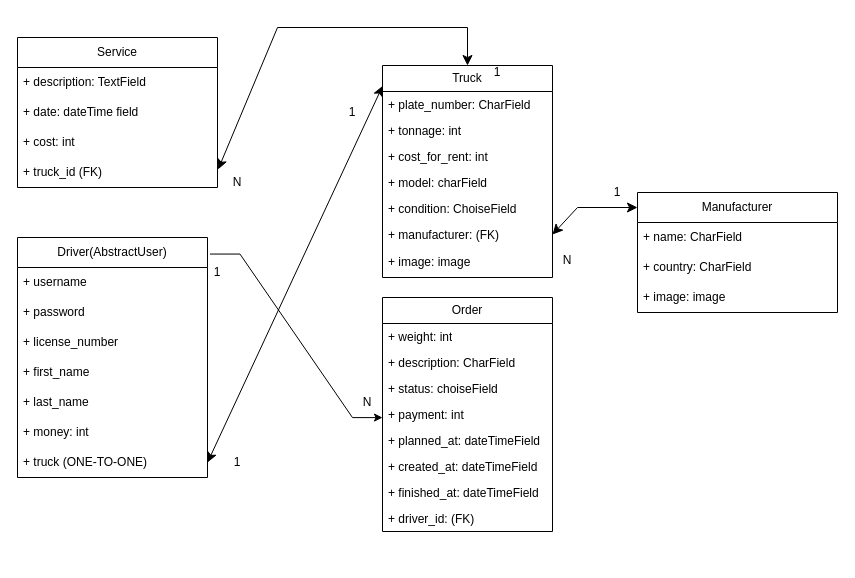
Earlier version of the draw.io diagram cargo.drawio (AngryAndrii/cargo-service). Source tidied: cells renumbered, new cells numbered last; positions are measured from the earlier drawing's top-left corner, leaving out a move shared by most shapes. Both pictures are drawn from the tidied source at 100%, with x=0, y=0 at pixel (17, 27).
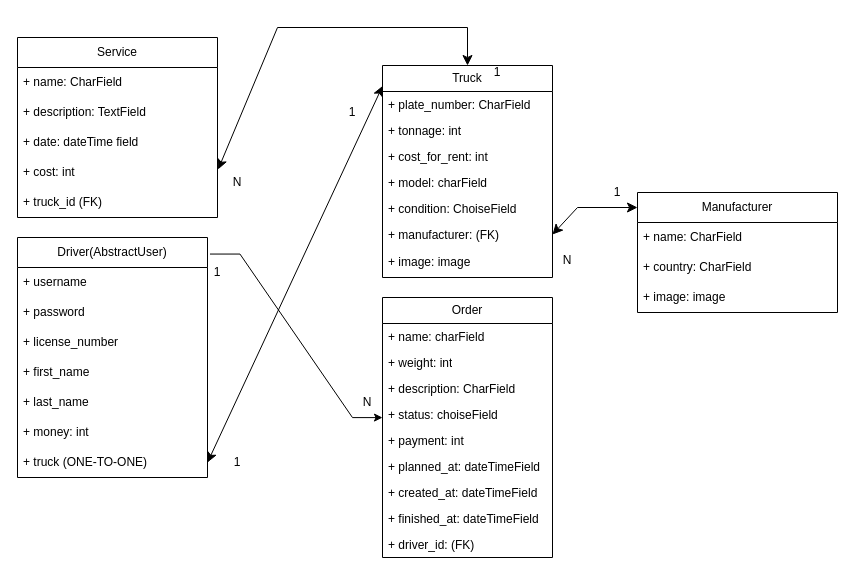
After the change.

Commit message (it also covers changes not shown here):
wrote models and changed uml diagram

What changed in the source:
```diff
@@
     <mxCell id="13" value="Service" style="swimlane;fontStyle=0;horizontal=1;startSize=30;whiteSpace=wrap;html=1;" parent="1" vertex="1">
-      <mxGeometry y="10" width="200" height="150" as="geometry" />
+      <mxGeometry y="10" width="200" height="180" as="geometry" />
     </mxCell>
+    <mxCell id="50" value="+ name: CharField" style="text;strokeColor=none;fillColor=none;align=left;verticalAlign=middle;spacingLeft=4;spacingRight=4;overflow=hidden;whiteSpace=wrap;html=1;" parent="13" vertex="1">
+      <mxGeometry y="30" width="200" height="30" as="geometry" />
+    </mxCell>
     <mxCell id="14" value="+ description: TextField" style="text;strokeColor=none;fillColor=none;align=left;verticalAlign=middle;spacingLeft=4;spacingRight=4;overflow=hidden;whiteSpace=wrap;html=1;" parent="13" vertex="1">
-      <mxGeometry y="30" width="200" height="30" as="geometry" />
+      <mxGeometry y="60" width="200" height="30" as="geometry" />
     </mxCell>
     <mxCell id="15" value="+ date: dateTime field" style="text;strokeColor=none;fillColor=none;align=left;verticalAlign=middle;spacingLeft=4;spacingRight=4;overflow=hidden;whiteSpace=wrap;html=1;" parent="13" vertex="1">
-      <mxGeometry y="60" width="200" height="30" as="geometry" />
+      <mxGeometry y="90" width="200" height="30" as="geometry" />
     </mxCell>
     <mxCell id="16" value="+ cost: int" style="text;strokeColor=none;fillColor=none;align=left;verticalAlign=middle;spacingLeft=4;spacingRight=4;overflow=hidden;whiteSpace=wrap;html=1;" parent="13" vertex="1">
-      <mxGeometry y="90" width="200" height="30" as="geometry" />
+      <mxGeometry y="120" width="200" height="30" as="geometry" />
     </mxCell>
     <mxCell id="17" value="+ truck_id (FK)" style="text;strokeColor=none;fillColor=none;align=left;verticalAlign=middle;spacingLeft=4;spacingRight=4;overflow=hidden;whiteSpace=wrap;html=1;" parent="13" vertex="1">
-      <mxGeometry y="120" width="200" height="30" as="geometry" />
+      <mxGeometry y="150" width="200" height="30" as="geometry" />
     </mxCell>
@@
     <mxCell id="33" value="Order" style="swimlane;fontStyle=0;horizontal=1;startSize=26;fillColor=none;whiteSpace=wrap;html=1;" parent="1" vertex="1">
-      <mxGeometry x="365" y="270" width="170" height="234" as="geometry" />
+      <mxGeometry x="365" y="270" width="170" height="260" as="geometry" />
     </mxCell>
+    <mxCell id="51" value="+ name: charField" style="text;strokeColor=none;fillColor=none;align=left;verticalAlign=top;spacingLeft=4;spacingRight=4;overflow=hidden;whiteSpace=wrap;html=1;" parent="33" vertex="1">
+      <mxGeometry y="26" width="170" height="26" as="geometry" />
+    </mxCell>
     <mxCell id="34" value="+ weight: int" style="text;strokeColor=none;fillColor=none;align=left;verticalAlign=top;spacingLeft=4;spacingRight=4;overflow=hidden;whiteSpace=wrap;html=1;" parent="33" vertex="1">
-      <mxGeometry y="26" width="170" height="26" as="geometry" />
+      <mxGeometry y="52" width="170" height="26" as="geometry" />
     </mxCell>
     <mxCell id="35" value="+ description: CharField" style="text;strokeColor=none;fillColor=none;align=left;verticalAlign=top;spacingLeft=4;spacingRight=4;overflow=hidden;whiteSpace=wrap;html=1;" parent="33" vertex="1">
-      <mxGeometry y="52" width="170" height="26" as="geometry" />
+      <mxGeometry y="78" width="170" height="26" as="geometry" />
     </mxCell>
     <mxCell id="36" value="+ status: choiseField" style="text;strokeColor=none;fillColor=none;align=left;verticalAlign=top;spacingLeft=4;spacingRight=4;overflow=hidden;whiteSpace=wrap;html=1;" parent="33" vertex="1">
-      <mxGeometry y="78" width="170" height="26" as="geometry" />
+      <mxGeometry y="104" width="170" height="26" as="geometry" />
     </mxCell>
@@
     <mxCell id="38" value="+ payment: int" style="text;strokeColor=none;fillColor=none;align=left;verticalAlign=top;spacingLeft=4;spacingRight=4;overflow=hidden;whiteSpace=wrap;html=1;" parent="33" vertex="1">
-      <mxGeometry y="104" width="170" height="26" as="geometry" />
+      <mxGeometry y="130" width="170" height="26" as="geometry" />
     </mxCell>
     <mxCell id="39" value="+ planned_at: dateTimeField" style="text;strokeColor=none;fillColor=none;align=left;verticalAlign=top;spacingLeft=4;spacingRight=4;overflow=hidden;whiteSpace=wrap;html=1;" parent="33" vertex="1">
-      <mxGeometry y="130" width="170" height="26" as="geometry" />
+      <mxGeometry y="156" width="170" height="26" as="geometry" />
     </mxCell>
     <mxCell id="40" value="+ created_at: dateTimeField" style="text;strokeColor=none;fillColor=none;align=left;verticalAlign=top;spacingLeft=4;spacingRight=4;overflow=hidden;whiteSpace=wrap;html=1;" parent="33" vertex="1">
-      <mxGeometry y="156" width="170" height="26" as="geometry" />
+      <mxGeometry y="182" width="170" height="26" as="geometry" />
     </mxCell>
     <mxCell id="41" value="+ finished_at: dateTimeField" style="text;strokeColor=none;fillColor=none;align=left;verticalAlign=top;spacingLeft=4;spacingRight=4;overflow=hidden;whiteSpace=wrap;html=1;" parent="33" vertex="1">
-      <mxGeometry y="182" width="170" height="26" as="geometry" />
+      <mxGeometry y="208" width="170" height="26" as="geometry" />
     </mxCell>
     <mxCell id="42" value="+ driver_id: (FK)" style="text;strokeColor=none;fillColor=none;align=left;verticalAlign=top;spacingLeft=4;spacingRight=4;overflow=hidden;whiteSpace=wrap;html=1;" parent="33" vertex="1">
-      <mxGeometry y="208" width="170" height="26" as="geometry" />
+      <mxGeometry y="234" width="170" height="26" as="geometry" />
     </mxCell>
```
